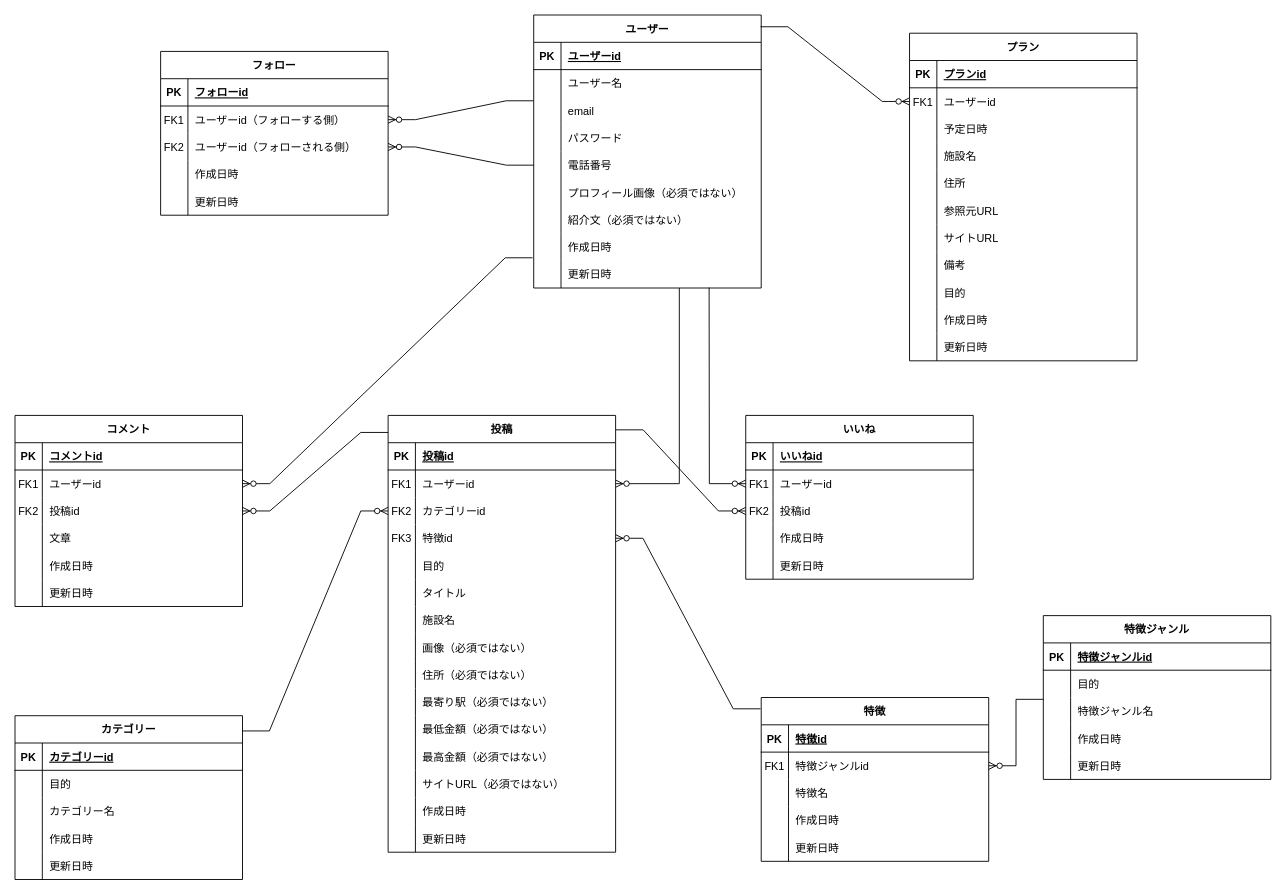
The draw.io diagram er_figure.drawio in JunkiYuasa/trip_planning, before the edit. Source tidied: cells renumbered, new cells numbered last; positions are measured from the earlier drawing's top-left corner, leaving out a move shared by most shapes. Both pictures are drawn from the tidied source at 91%, with x=0, y=0 at pixel (15, 15).
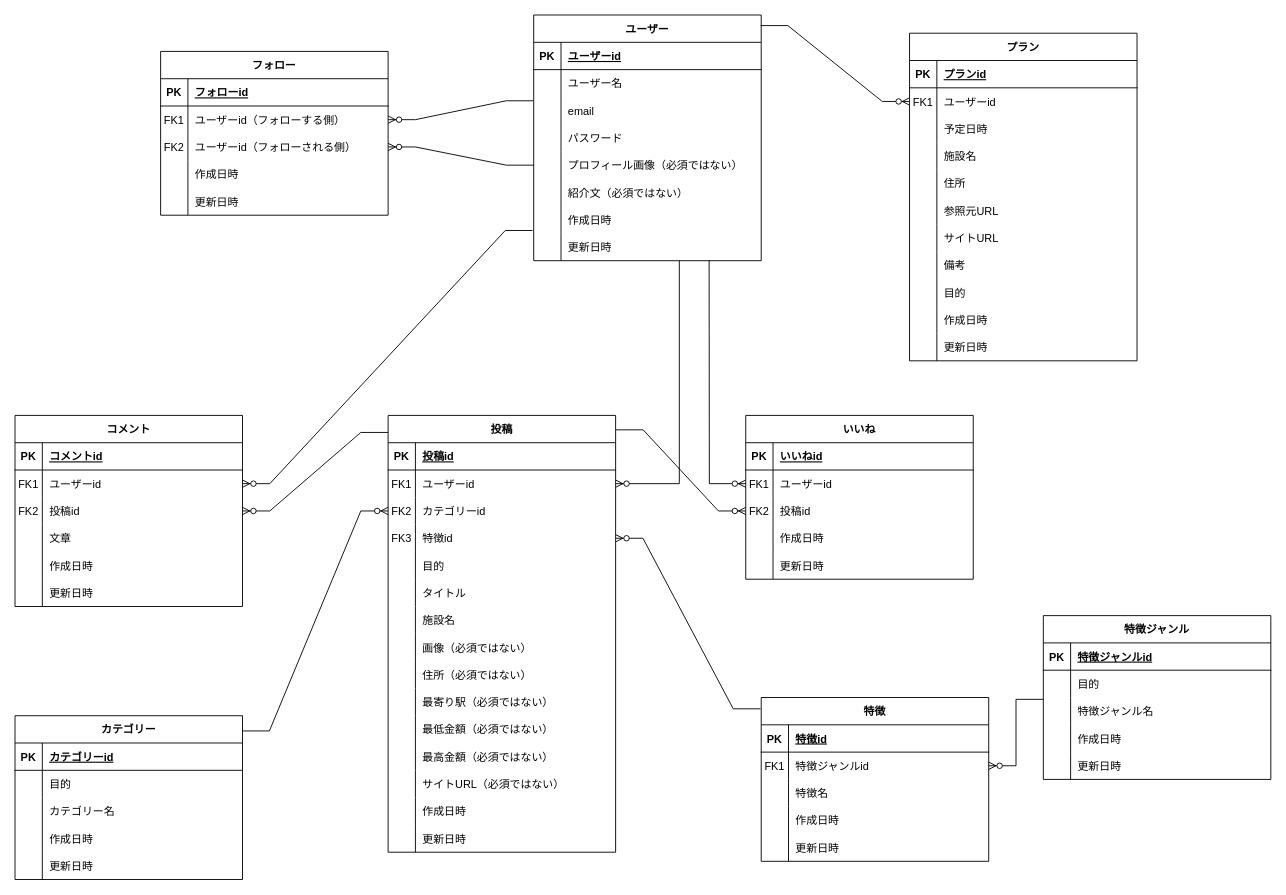
After the change.

Commit message:
er_figure.drawio を更新します

Unchanged cells that the change refers to:
```xml
<mxCell id="80" style="shape=partialRectangle;fillColor=none;points=[[0,0.5],[1,0.5]];portConstraint=eastwest;top=0;left=0;right=0;bottom=0;" parent="67" vertex="1">
  <mxGeometry y="150" width="250" height="30" as="geometry" />
</mxCell>
```

The edit, as a diff of the source:
```diff
@@
     <mxCell id="67" value="ユーザー" style="shape=table;startSize=30;childLayout=tableLayout;rowLines=0;fontStyle=1;align=center;" parent="1" vertex="1">
-      <mxGeometry x="570" width="250" height="300" as="geometry" />
+      <mxGeometry x="570" width="250" height="270" as="geometry" />
     </mxCell>
@@
-    <mxCell id="82" value="電話番号" style="shape=partialRectangle;overflow=hidden;fillColor=none;top=0;left=0;bottom=0;right=0;align=left;spacingLeft=6;" parent="80" vertex="1">
+    <mxCell id="82" value="プロフィール画像（必須ではない）" style="shape=partialRectangle;overflow=hidden;fillColor=none;top=0;left=0;bottom=0;right=0;align=left;spacingLeft=6;" parent="80" vertex="1">
       <mxGeometry x="30" width="220" height="30" as="geometry" />
     </mxCell>
-    <mxCell id="83" style="shape=partialRectangle;fillColor=none;top=0;left=0;right=0;bottom=0;" parent="67" vertex="1">
-      <mxGeometry y="180" width="250" height="30" as="geometry" />
-    </mxCell>
-    <mxCell id="84" style="shape=partialRectangle;overflow=hidden;fillColor=none;top=0;left=0;bottom=0;right=0;" parent="83" vertex="1">
-      <mxGeometry width="30" height="30" as="geometry" />
-    </mxCell>
-    <mxCell id="85" value="プロフィール画像（必須ではない）" style="shape=partialRectangle;overflow=hidden;fillColor=none;top=0;left=0;bottom=0;right=0;align=left;spacingLeft=6;" parent="83" vertex="1">
-      <mxGeometry x="30" width="220" height="30" as="geometry" />
-    </mxCell>
     <mxCell id="86" style="shape=partialRectangle;fillColor=none;top=0;left=0;right=0;bottom=0;" parent="67" vertex="1">
-      <mxGeometry y="210" width="250" height="30" as="geometry" />
+      <mxGeometry y="180" width="250" height="30" as="geometry" />
     </mxCell>
@@
     <mxCell id="89" style="shape=partialRectangle;fillColor=none;top=0;left=0;right=0;bottom=0;" parent="67" vertex="1">
-      <mxGeometry y="240" width="250" height="30" as="geometry" />
+      <mxGeometry y="210" width="250" height="30" as="geometry" />
     </mxCell>
@@
     <mxCell id="92" style="shape=partialRectangle;fillColor=none;points=[[0,0.5],[1,0.5]];portConstraint=eastwest;top=0;left=0;right=0;bottom=0;" parent="67" vertex="1">
-      <mxGeometry y="270" width="250" height="30" as="geometry" />
+      <mxGeometry y="240" width="250" height="30" as="geometry" />
     </mxCell>
```
